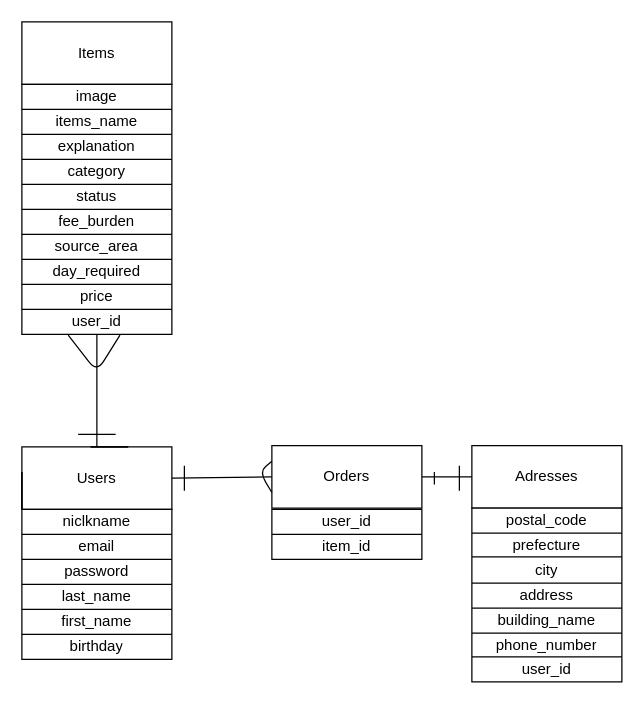
The draw.io diagram ER.drawio in ttumasaki/furima-29128, before the edit. Source tidied: cells renumbered, new cells numbered last; positions are measured from the earlier drawing's top-left corner, leaving out a move shared by most shapes. Both pictures are drawn from the tidied source at 125%, with x=0, y=0 at pixel (21, 21).
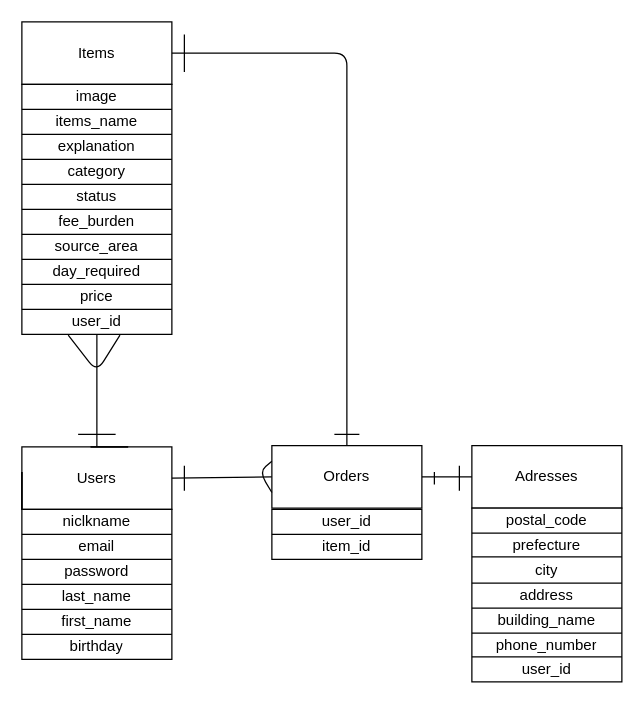
The same page after the edit.

Commit message (it also covers changes not shown here):
レビュー後修正（2020.11.28）

The change refers to these unchanged cells:
```xml
<mxCell id="2" value="Items" style="whiteSpace=wrap;html=1;rounded=0;" parent="1" vertex="1">
  <mxGeometry width="120" height="50" as="geometry" />
</mxCell>
<mxCell id="50" value="Orders" style="rounded=0;whiteSpace=wrap;html=1;" parent="1" vertex="1">
  <mxGeometry x="200" y="339" width="120" height="50" as="geometry" />
</mxCell>
```

What changed in the source:
```diff
@@
+    <mxCell id="73" style="endArrow=none;html=1;exitX=1;exitY=0.5;exitDx=0;exitDy=0;entryX=0.5;entryY=0;entryDx=0;entryDy=0;" parent="1" edge="1" source="2" target="50">
+      <mxGeometry relative="1" as="geometry">
+        <Array as="points">
+          <mxPoint x="260" y="25" />
+        </Array>
+      </mxGeometry>
+    </mxCell>
+    <mxCell id="74" style="endArrow=none;html=1;" parent="1" edge="1">
+      <mxGeometry relative="1" as="geometry">
+        <mxPoint x="250" y="330" as="sourcePoint" />
+        <mxPoint x="270" y="330" as="targetPoint" />
+      </mxGeometry>
+    </mxCell>
+    <mxCell id="75" style="endArrow=none;html=1;" parent="1" edge="1">
+      <mxGeometry relative="1" as="geometry">
+        <mxPoint x="130" y="40" as="sourcePoint" />
+        <mxPoint x="130" y="10" as="targetPoint" />
+      </mxGeometry>
+    </mxCell>
```
